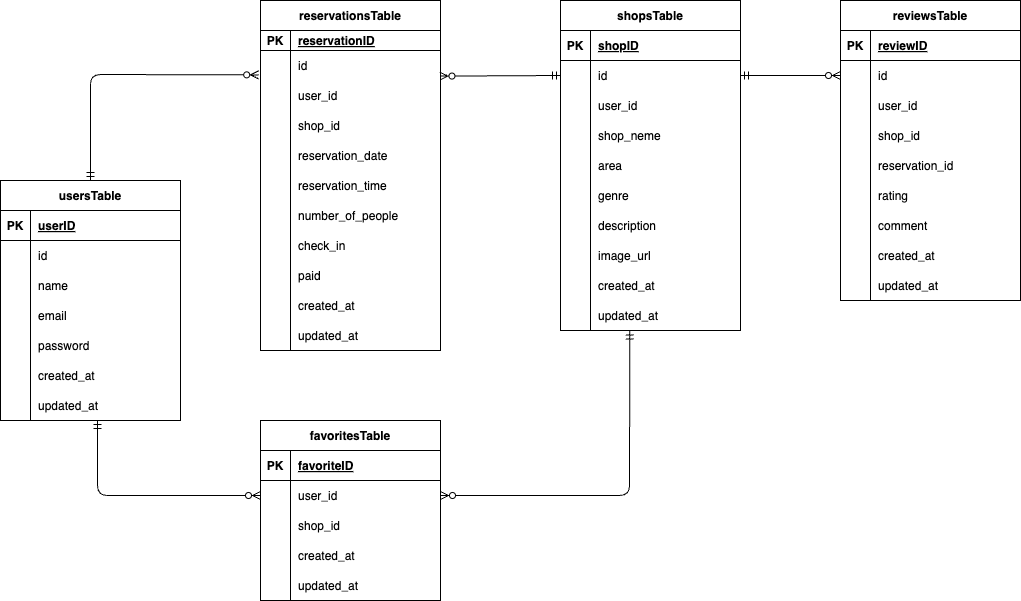
Above: src/.drawio.png in uchi-a000/ReservationSystem (draw.io), before the change. Source tidied: cells renumbered, new cells last; positions are measured from the earlier drawing's top-left corner, leaving out a move shared by most shapes.
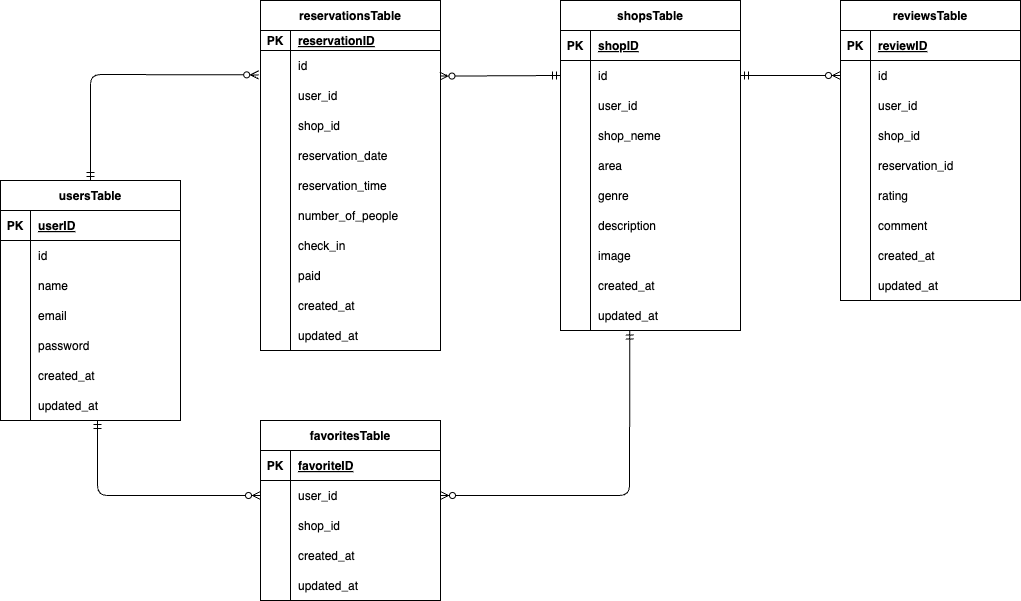
Above is the later version.

Diff of the diagram source:
```diff
@@ -140,7 +140,7 @@
     <mxCell id="47" style="shape=partialRectangle;fillColor=none;top=0;left=0;bottom=0;right=0;overflow=hidden;" parent="46" vertex="1">
       <mxGeometry width="30" height="30" as="geometry" />
     </mxCell>
-    <mxCell id="48" value="image_url" style="shape=partialRectangle;fillColor=none;top=0;left=0;bottom=0;right=0;align=left;spacingLeft=6;overflow=hidden;" parent="46" vertex="1">
+    <mxCell id="48" value="image" style="shape=partialRectangle;fillColor=none;top=0;left=0;bottom=0;right=0;align=left;spacingLeft=6;overflow=hidden;" parent="46" vertex="1">
       <mxGeometry x="30" width="150" height="30" as="geometry" />
     </mxCell>
     <mxCell id="49" style="shape=tableRow;horizontal=0;startSize=0;swimlaneHead=0;swimlaneBody=0;fillColor=none;top=0;left=0;right=0;bottom=0;" parent="24" vertex="1">
```
